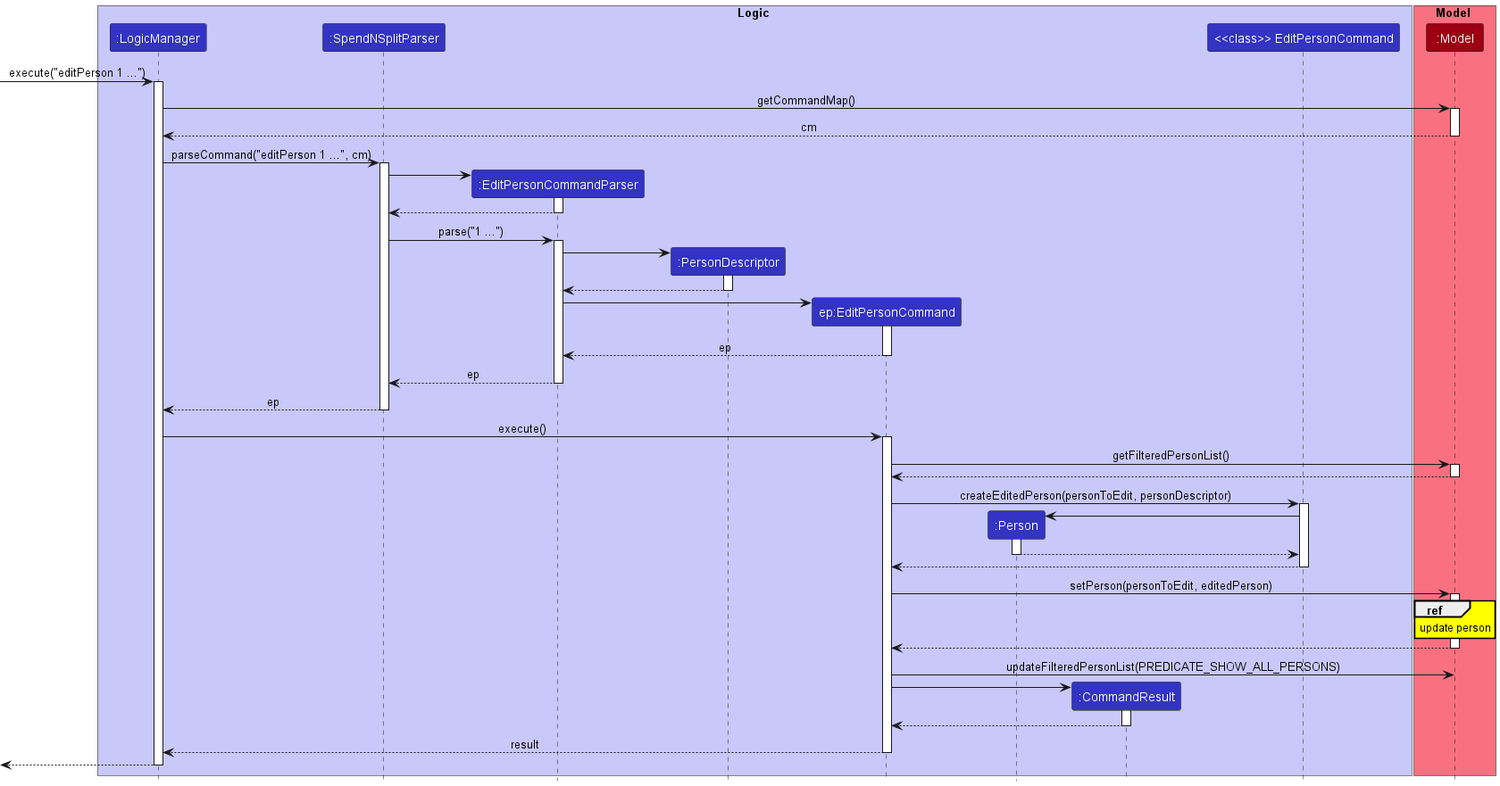
nus-cs2103-AY2324S1/tp keeps this PlantUML diagram as docs/images/EditPersonSequenceDiagram.png. Above is the earlier version.
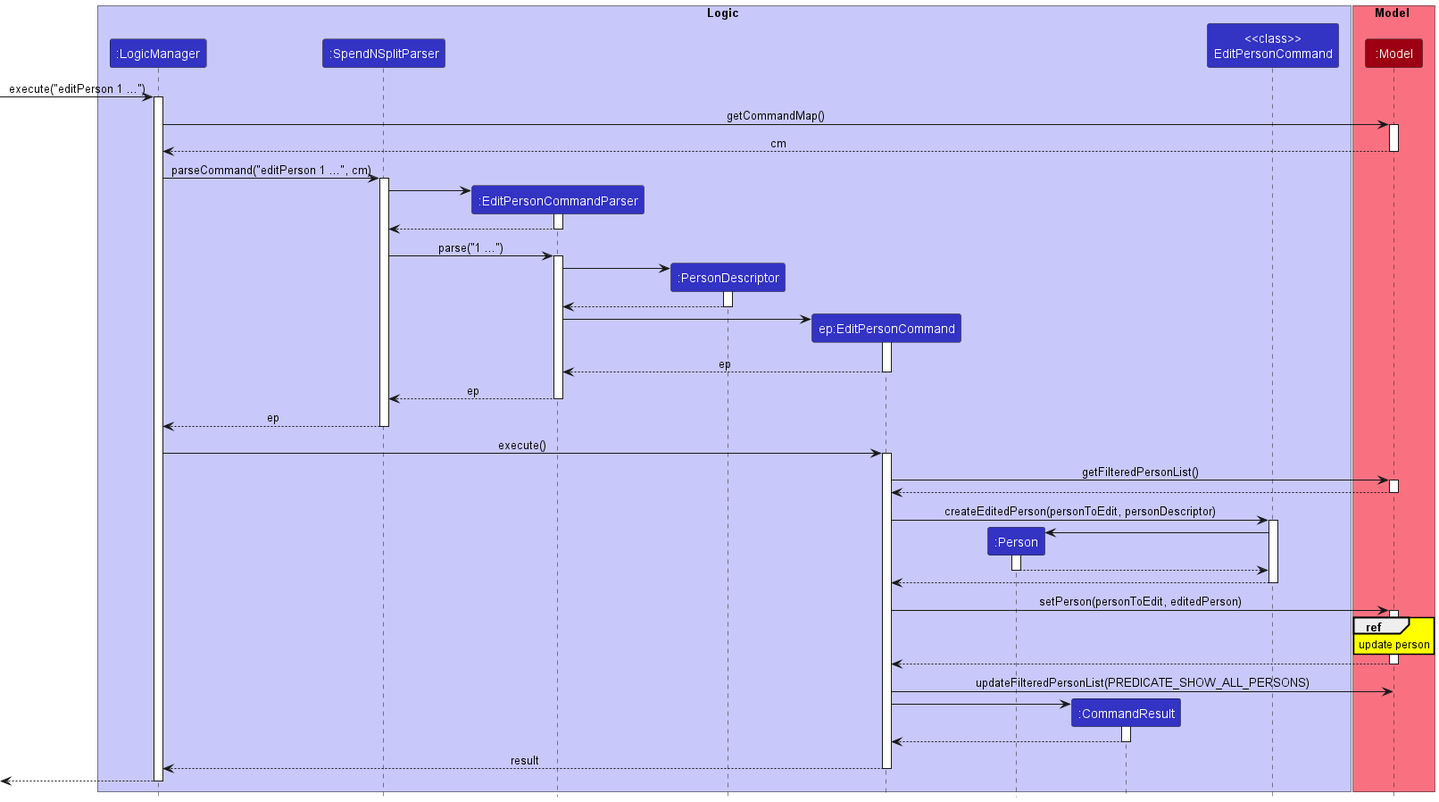
The same file after the commit.

The edit, as a diff of the source:
```diff
@@ -11,7 +11,7 @@
 participant "ep:EditPersonCommand" as EditPersonCommand LOGIC_COLOR
 participant ":Person" as Person LOGIC_COLOR
 participant ":CommandResult" as CommandResult LOGIC_COLOR
-participant "<<class>> EditPersonCommand" as EditPersonCommandClass LOGIC_COLOR
+participant "<<class>>\nEditPersonCommand" as EditPersonCommandClass LOGIC_COLOR
 end box
 
 box Model MODEL_COLOR_T1
```
